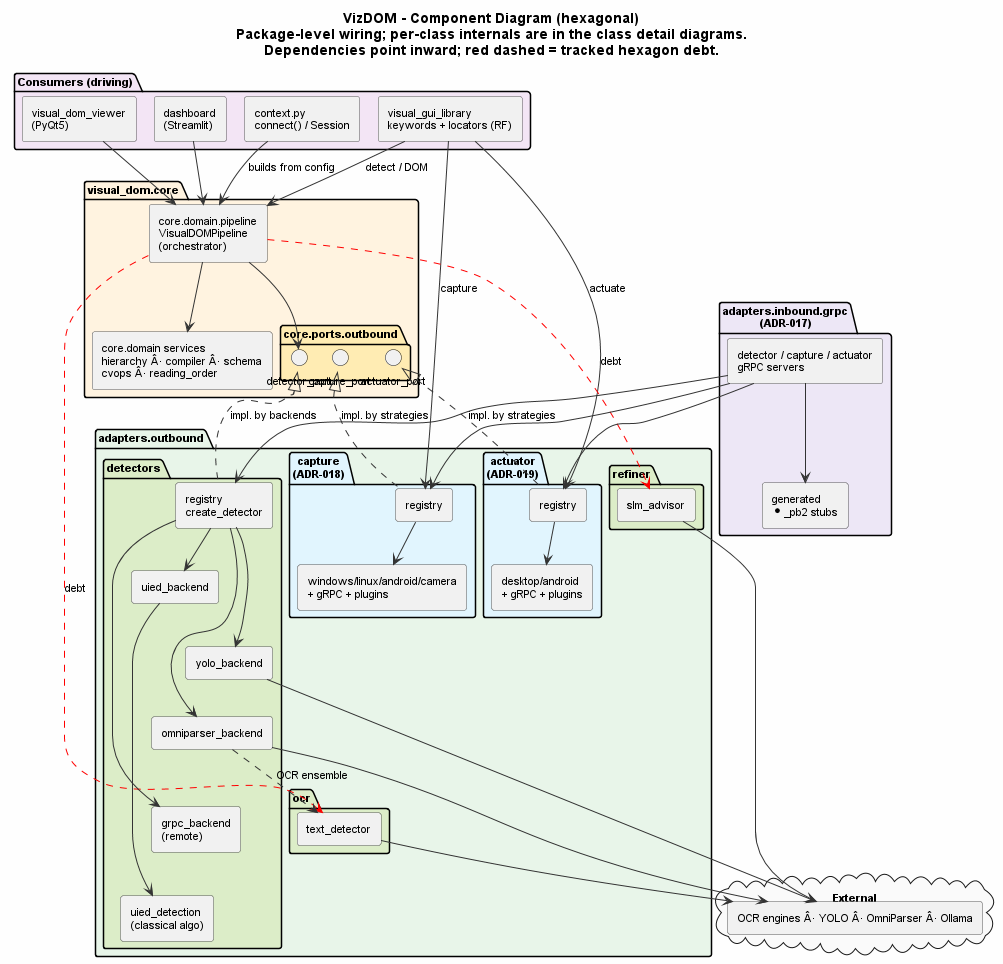
Above: report/figures/Component_Diagram.png in milanac030988/vizdom (PlantUML), before the change.
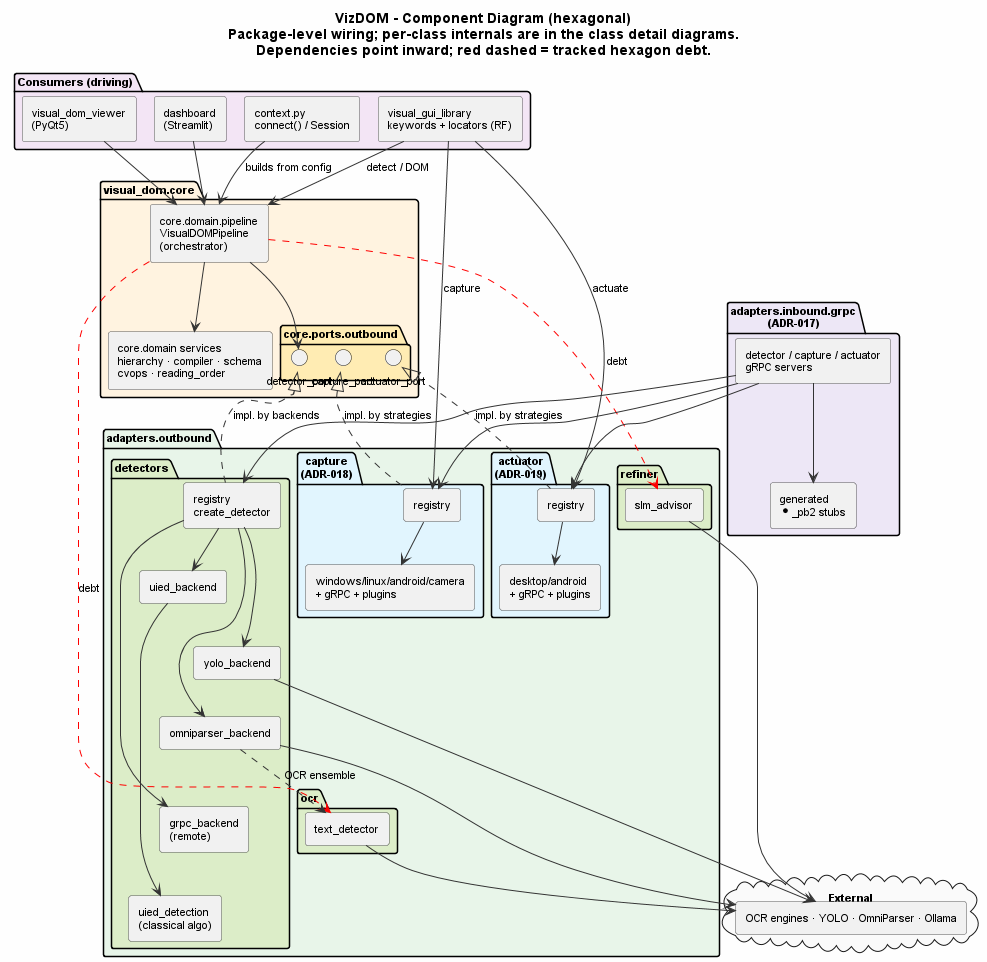
Above is the later version.

Commit message:
docs(diagrams): show the crosscutting shared block in the class diagram

What changed in the source:
```diff
@@ -24,7 +24,7 @@
 
 package "visual_dom.core" #FFF3E0 {
     [core.domain.pipeline\nVisualDOMPipeline\n(orchestrator)] as pipeline
-    [core.domain services\nhierarchy Â· compiler Â· schema\ncvops Â· reading_order] as domain
+    [core.domain services\nhierarchy · compiler · schema\ncvops · reading_order] as domain
     package "core.ports.outbound" #FFECB3 {
         interface "detector_port" as dport
         interface "capture_port" as cport
@@ -67,7 +67,7 @@
 }
 
 cloud "External" #FAFAFA {
-    [OCR engines Â· YOLO Â· OmniParser Â· Ollama] as ext
+    [OCR engines · YOLO · OmniParser · Ollama] as ext
 }
 
 ctx --> pipeline : builds from config
```
